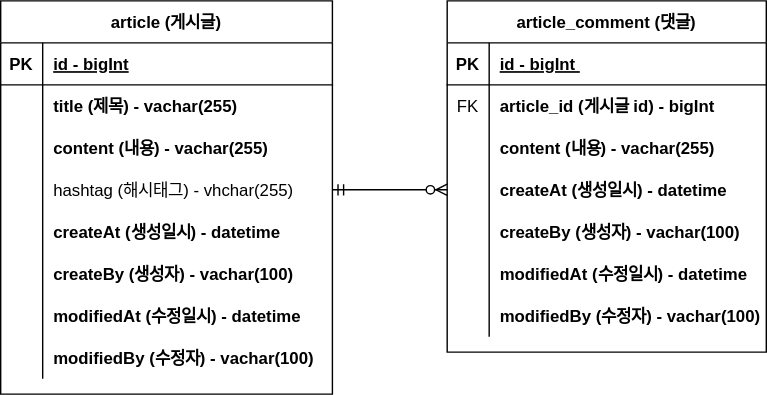
Earlier version of the draw.io export board/document/board-erd.svg (goodbyeyo/jpa-springboot). Source tidied: cells renumbered, new cells last; positions are measured from the earlier drawing's top-left corner, leaving out a move shared by most shapes.
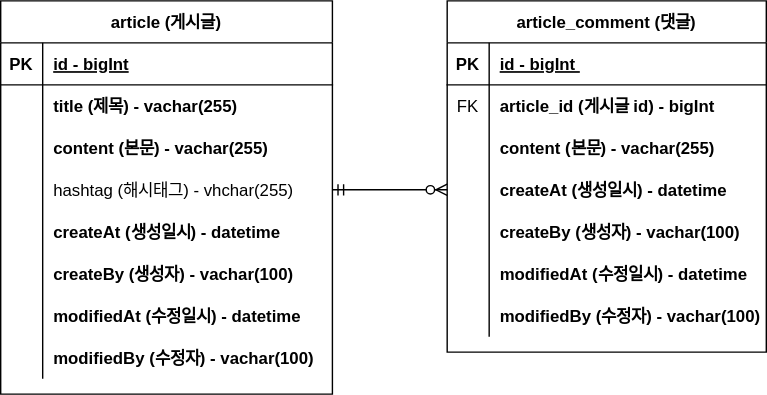
After the change.

What changed in the source:
```diff
@@ -29,7 +29,7 @@
     <mxCell id="10" style="shape=partialRectangle;overflow=hidden;fillColor=none;top=0;left=0;bottom=0;right=0;" parent="9" vertex="1">
       <mxGeometry width="30" height="30" as="geometry" />
     </mxCell>
-    <mxCell id="11" value="content (내용) - vachar(255)" style="shape=partialRectangle;overflow=hidden;fillColor=none;top=0;left=0;bottom=0;right=0;align=left;spacingLeft=6;fontStyle=1;" parent="9" vertex="1">
+    <mxCell id="11" value="content (본문) - vachar(255)" style="shape=partialRectangle;overflow=hidden;fillColor=none;top=0;left=0;bottom=0;right=0;align=left;spacingLeft=6;fontStyle=1;" parent="9" vertex="1">
       <mxGeometry x="30" width="207" height="30" as="geometry" />
     </mxCell>
     <mxCell id="12" style="shape=partialRectangle;fillColor=none;points=[[0,0.5],[1,0.5]];portConstraint=eastwest;top=0;left=0;right=0;bottom=0;" parent="2" vertex="1">
@@ -104,7 +104,7 @@
     <mxCell id="35" style="shape=partialRectangle;overflow=hidden;fillColor=none;top=0;left=0;bottom=0;right=0;" parent="34" vertex="1">
       <mxGeometry width="30" height="30" as="geometry" />
     </mxCell>
-    <mxCell id="36" value="content (내용) - vachar(255)" style="shape=partialRectangle;overflow=hidden;fillColor=none;top=0;left=0;bottom=0;right=0;align=left;spacingLeft=6;fontStyle=1;" parent="34" vertex="1">
+    <mxCell id="36" value="content (본문) - vachar(255)" style="shape=partialRectangle;overflow=hidden;fillColor=none;top=0;left=0;bottom=0;right=0;align=left;spacingLeft=6;fontStyle=1;" parent="34" vertex="1">
       <mxGeometry x="30" width="198" height="30" as="geometry" />
     </mxCell>
     <mxCell id="37" style="shape=partialRectangle;fillColor=none;points=[[0,0.5],[1,0.5]];portConstraint=eastwest;top=0;left=0;right=0;bottom=0;" parent="27" vertex="1">
```
